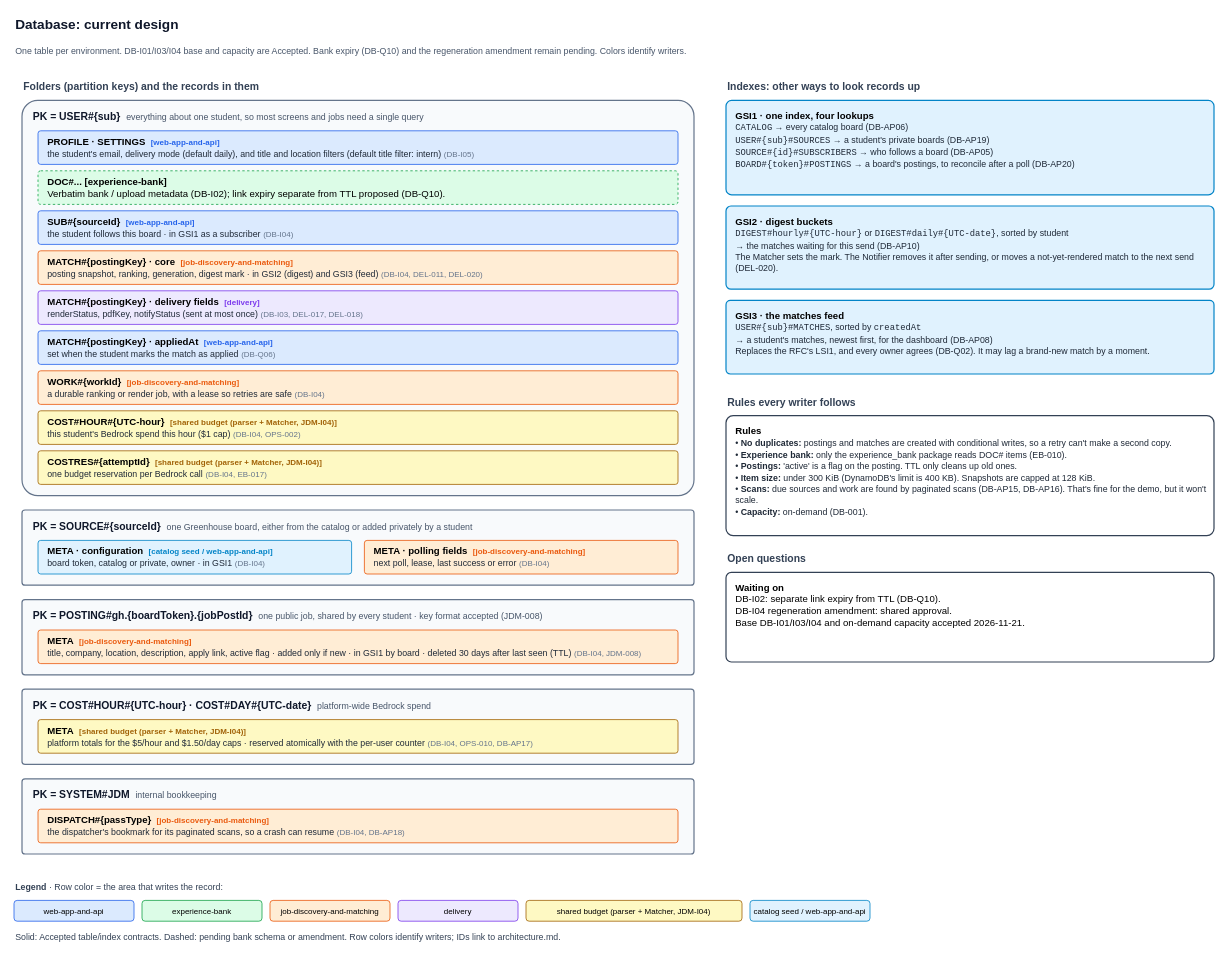
The draw.io diagram planning/architecture/database/architecture.drawio in lukeacampbell/Froop, before the edit. Source tidied: cells renumbered, new cells numbered last; positions are measured from the earlier drawing's top-left corner, leaving out a move shared by most shapes. Both pictures are drawn from the tidied source at 80%, with x=0, y=0 at pixel (14, 14).
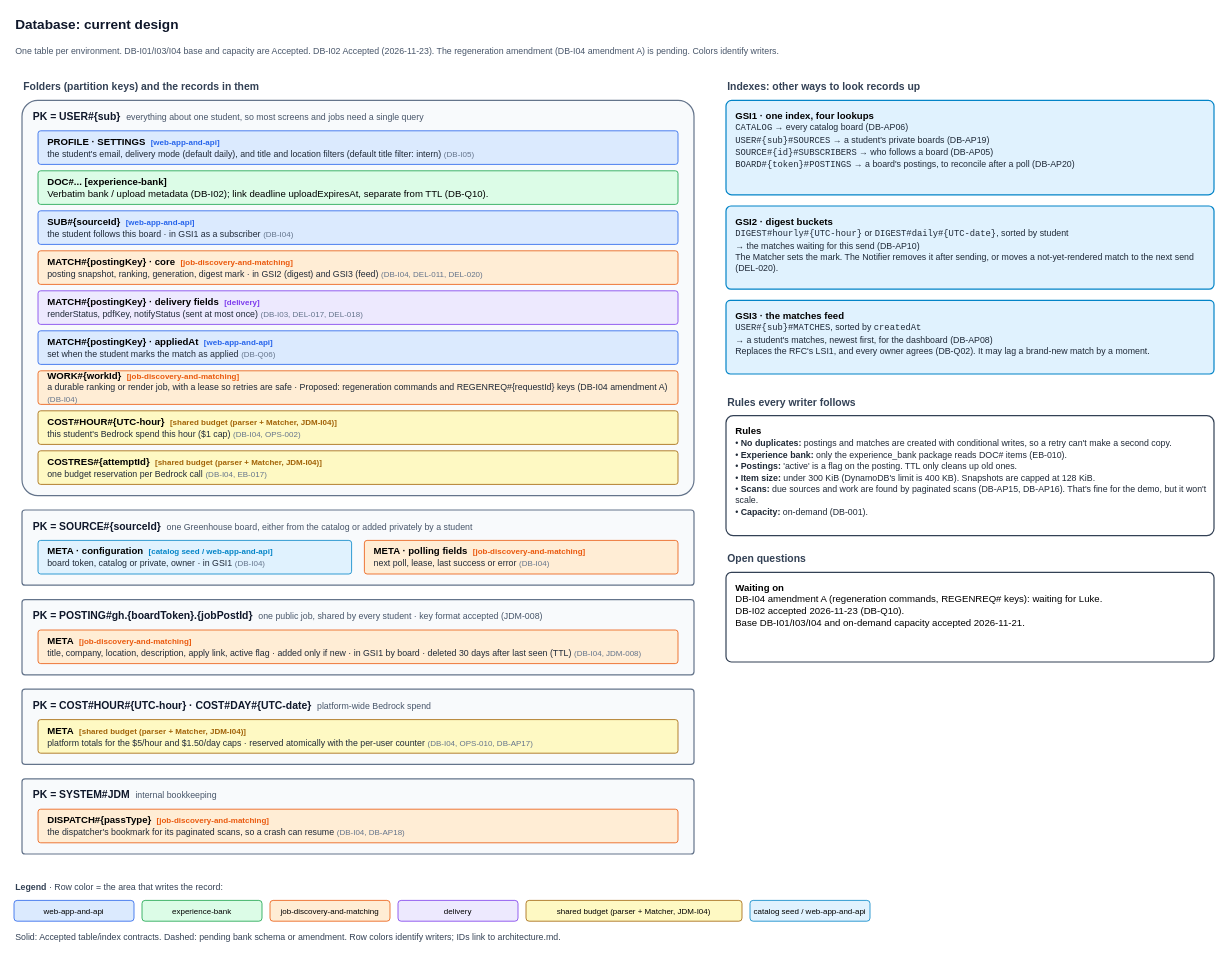
The same page after the edit.

The edit, as a diff of the source:
```diff
@@
-    <mxCell id="3" value="One table per environment. DB-I01/I03/I04 base and capacity are Accepted. Bank expiry (DB-Q10) and the regeneration amendment remain pending. Colors identify writers." style="text;html=1;align=left;verticalAlign=middle;whiteSpace=wrap;fontSize=11;fontColor=#475569;" parent="1" vertex="1">
+    <mxCell id="3" value="One table per environment. DB-I01/I03/I04 base and capacity are Accepted. DB-I02 Accepted (2026-11-23). The regeneration amendment (DB-I04 amendment A) is pending. Colors identify writers." style="text;html=1;align=left;verticalAlign=middle;whiteSpace=wrap;fontSize=11;fontColor=#475569;" parent="1" vertex="1">
       <mxGeometry y="28" width="1500" height="36" as="geometry" />
     </mxCell>
@@
-    <mxCell id="7" value="&lt;b&gt;DOC#... [experience-bank]&lt;/b&gt;&lt;br&gt;Verbatim bank / upload metadata (DB-I02); link expiry separate from TTL proposed (DB-Q10)." style="dashed=1;rounded=1;whiteSpace=wrap;html=1;arcSize=8;fillColor=#DCFCE7;strokeColor=#16A34A;align=left;verticalAlign=middle;spacingLeft=10;fontSize=12;" parent="1" vertex="1">
+    <mxCell id="7" value="&lt;b&gt;DOC#... [experience-bank]&lt;/b&gt;&lt;br&gt;Verbatim bank / upload metadata (DB-I02); link deadline uploadExpiresAt, separate from TTL (DB-Q10)." style="rounded=1;whiteSpace=wrap;html=1;arcSize=8;fillColor=#DCFCE7;strokeColor=#16A34A;align=left;verticalAlign=middle;spacingLeft=10;fontSize=12;" parent="1" vertex="1">
       <mxGeometry x="30" y="196" width="800" height="42" as="geometry" />
     </mxCell>
@@
-    <mxCell id="12" value="&lt;b&gt;WORK#{workId}&lt;/b&gt; &amp;nbsp;&lt;font style='font-size:10px' color='#EA580C'&gt;&lt;b&gt;[job-discovery-and-matching]&lt;/b&gt;&lt;/font&gt;&lt;br&gt;&lt;font style='font-size:11px' color='#1F2937'&gt;a durable ranking or render job, with a lease so retries are safe&lt;/font&gt; &lt;font style='font-size:10px' color='#64748B'&gt;(DB-I04)&lt;/font&gt;" style="rounded=1;whiteSpace=wrap;html=1;arcSize=8;fillColor=#FFEDD5;strokeColor=#EA580C;align=left;verticalAlign=middle;spacingLeft=10;fontSize=12;" parent="1" vertex="1">
+    <mxCell id="12" value="&lt;b&gt;WORK#{workId}&lt;/b&gt; &amp;nbsp;&lt;font style='font-size:10px' color='#EA580C'&gt;&lt;b&gt;[job-discovery-and-matching]&lt;/b&gt;&lt;/font&gt;&lt;br&gt;&lt;font style='font-size:11px' color='#1F2937'&gt;a durable ranking or render job, with a lease so retries are safe · Proposed: regeneration commands and REGENREQ#{requestId} keys (DB-I04 amendment A)&lt;/font&gt; &lt;font style='font-size:10px' color='#64748B'&gt;(DB-I04)&lt;/font&gt;" style="rounded=1;whiteSpace=wrap;html=1;arcSize=8;fillColor=#FFEDD5;strokeColor=#EA580C;align=left;verticalAlign=middle;spacingLeft=10;fontSize=12;" parent="1" vertex="1">
       <mxGeometry x="30" y="446" width="800" height="42" as="geometry" />
     </mxCell>
@@
-    <mxCell id="31" value="&lt;b&gt;Waiting on&lt;/b&gt;&lt;br&gt;DB-I02: separate link expiry from TTL (DB-Q10).&lt;br&gt;DB-I04 regeneration amendment: shared approval.&lt;br&gt;Base DB-I01/I03/I04 and on-demand capacity accepted 2026-11-21." style="rounded=1;whiteSpace=wrap;html=1;arcSize=6;fillColor=#FFFFFF;strokeColor=#334155;align=left;verticalAlign=top;spacingLeft=10;spacingTop=6;fontSize=12;strokeWidth=1.5;" parent="1" vertex="1">
+    <mxCell id="31" value="&lt;b&gt;Waiting on&lt;/b&gt;&lt;br&gt;DB-I04 amendment A (regeneration commands, REGENREQ# keys): waiting for Luke.&lt;br&gt;DB-I02 accepted 2026-11-23 (DB-Q10).&lt;br&gt;Base DB-I01/I03/I04 and on-demand capacity accepted 2026-11-21." style="rounded=1;whiteSpace=wrap;html=1;arcSize=6;fillColor=#FFFFFF;strokeColor=#334155;align=left;verticalAlign=top;spacingLeft=10;spacingTop=6;fontSize=12;strokeWidth=1.5;" parent="1" vertex="1">
       <mxGeometry x="890" y="698" width="610" height="112" as="geometry" />
     </mxCell>
```
